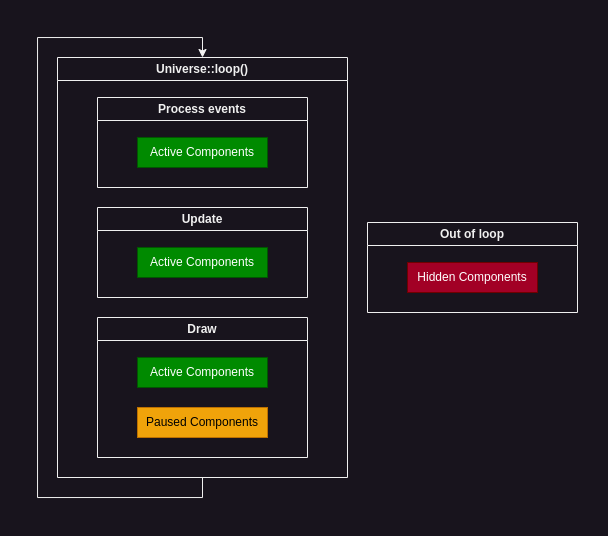
This is notes/ComponentState.drawio.png from codeandjoy/SGE, a draw.io export, as it was before one commit. Source tidied: cells renumbered, new cells last; positions are measured from the earlier drawing's top-left corner, leaving out a move shared by most shapes.
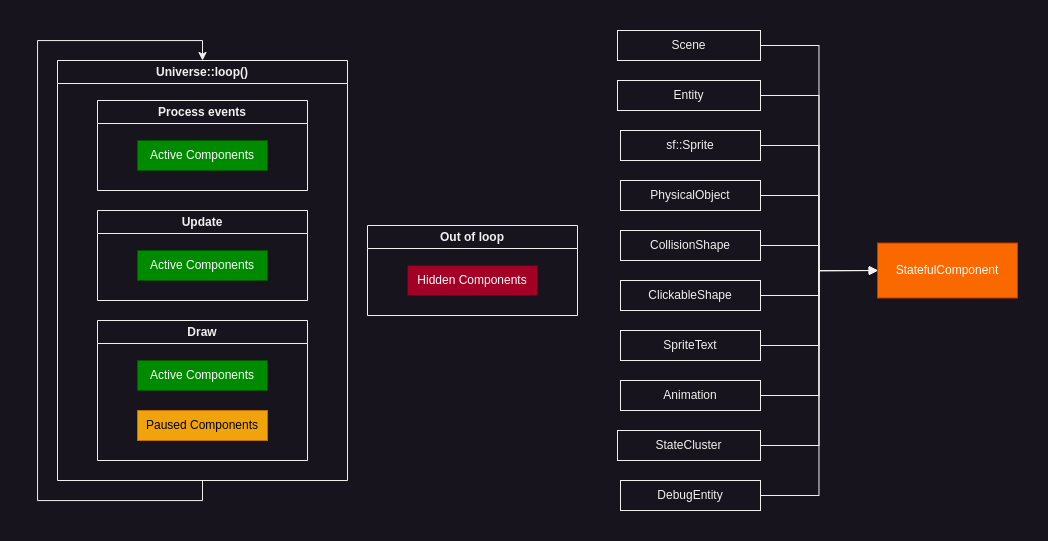
The same file after the commit.

What changed in the source:
```diff
@@ -42,5 +42,68 @@
         </Array>
       </mxGeometry>
     </mxCell>
+    <mxCell id="13" style="edgeStyle=orthogonalEdgeStyle;rounded=0;jettySize=auto;html=1;exitX=1;exitY=0.5;exitDx=0;exitDy=0;entryX=0;entryY=0.5;entryDx=0;entryDy=0;endArrow=block;endFill=1;" parent="1" edge="1" source="14" target="33">
+      <mxGeometry relative="1" as="geometry" />
+    </mxCell>
+    <mxCell id="14" value="Scene" style="rounded=0;whiteSpace=wrap;html=1;" parent="1" vertex="1">
+      <mxGeometry x="580" y="-10" width="143" height="30" as="geometry" />
+    </mxCell>
+    <mxCell id="15" style="edgeStyle=orthogonalEdgeStyle;rounded=0;jettySize=auto;html=1;exitX=1;exitY=0.5;exitDx=0;exitDy=0;entryX=0;entryY=0.5;entryDx=0;entryDy=0;endArrow=block;endFill=1;" parent="1" edge="1" source="16" target="33">
+      <mxGeometry relative="1" as="geometry" />
+    </mxCell>
+    <mxCell id="16" value="Entity" style="rounded=0;whiteSpace=wrap;html=1;" parent="1" vertex="1">
+      <mxGeometry x="580" y="40" width="143" height="30" as="geometry" />
+    </mxCell>
+    <mxCell id="17" style="edgeStyle=orthogonalEdgeStyle;rounded=0;jettySize=auto;html=1;exitX=1;exitY=0.5;exitDx=0;exitDy=0;entryX=0;entryY=0.5;entryDx=0;entryDy=0;endArrow=block;endFill=1;" parent="1" edge="1" source="18" target="33">
+      <mxGeometry relative="1" as="geometry" />
+    </mxCell>
+    <mxCell id="18" value="sf::Sprite" style="rounded=0;whiteSpace=wrap;html=1;" parent="1" vertex="1">
+      <mxGeometry x="583" y="90" width="140" height="30" as="geometry" />
+    </mxCell>
+    <mxCell id="19" style="edgeStyle=orthogonalEdgeStyle;rounded=0;jettySize=auto;html=1;exitX=1;exitY=0.5;exitDx=0;exitDy=0;entryX=0;entryY=0.5;entryDx=0;entryDy=0;endArrow=block;endFill=1;" parent="1" edge="1" source="20" target="33">
+      <mxGeometry relative="1" as="geometry" />
+    </mxCell>
+    <mxCell id="20" value="PhysicalObject" style="rounded=0;whiteSpace=wrap;html=1;" parent="1" vertex="1">
+      <mxGeometry x="583" y="140" width="140" height="30" as="geometry" />
+    </mxCell>
+    <mxCell id="21" style="edgeStyle=orthogonalEdgeStyle;rounded=0;jettySize=auto;html=1;exitX=1;exitY=0.5;exitDx=0;exitDy=0;entryX=0;entryY=0.5;entryDx=0;entryDy=0;endArrow=block;endFill=1;" parent="1" edge="1" source="22" target="33">
+      <mxGeometry relative="1" as="geometry" />
+    </mxCell>
+    <mxCell id="22" value="CollisionShape" style="rounded=0;whiteSpace=wrap;html=1;" parent="1" vertex="1">
+      <mxGeometry x="583" y="190" width="140" height="30" as="geometry" />
+    </mxCell>
+    <mxCell id="23" style="edgeStyle=orthogonalEdgeStyle;rounded=0;jettySize=auto;html=1;exitX=1;exitY=0.5;exitDx=0;exitDy=0;entryX=0;entryY=0.5;entryDx=0;entryDy=0;endArrow=block;endFill=1;" parent="1" edge="1" source="24" target="33">
+      <mxGeometry relative="1" as="geometry" />
+    </mxCell>
+    <mxCell id="24" value="ClickableShape" style="rounded=0;whiteSpace=wrap;html=1;" parent="1" vertex="1">
+      <mxGeometry x="583" y="240" width="140" height="30" as="geometry" />
+    </mxCell>
+    <mxCell id="25" style="edgeStyle=orthogonalEdgeStyle;rounded=0;jettySize=auto;html=1;exitX=1;exitY=0.5;exitDx=0;exitDy=0;entryX=0;entryY=0.5;entryDx=0;entryDy=0;endArrow=block;endFill=1;" parent="1" edge="1" source="26" target="33">
+      <mxGeometry relative="1" as="geometry" />
+    </mxCell>
+    <mxCell id="26" value="SpriteText" style="rounded=0;whiteSpace=wrap;html=1;" parent="1" vertex="1">
+      <mxGeometry x="583" y="290" width="140" height="30" as="geometry" />
+    </mxCell>
+    <mxCell id="27" style="edgeStyle=orthogonalEdgeStyle;rounded=0;jettySize=auto;html=1;exitX=1;exitY=0.5;exitDx=0;exitDy=0;entryX=0;entryY=0.5;entryDx=0;entryDy=0;endArrow=block;endFill=1;" parent="1" edge="1" source="28" target="33">
+      <mxGeometry relative="1" as="geometry" />
+    </mxCell>
+    <mxCell id="28" value="Animation" style="rounded=0;whiteSpace=wrap;html=1;" parent="1" vertex="1">
+      <mxGeometry x="583" y="340" width="140" height="30" as="geometry" />
+    </mxCell>
+    <mxCell id="29" style="edgeStyle=orthogonalEdgeStyle;rounded=0;jettySize=auto;html=1;exitX=1;exitY=0.5;exitDx=0;exitDy=0;entryX=0;entryY=0.5;entryDx=0;entryDy=0;endArrow=block;endFill=1;" parent="1" edge="1" source="30" target="33">
+      <mxGeometry relative="1" as="geometry" />
+    </mxCell>
+    <mxCell id="30" value="StateCluster" style="rounded=0;whiteSpace=wrap;html=1;" parent="1" vertex="1">
+      <mxGeometry x="580" y="390" width="143" height="30" as="geometry" />
+    </mxCell>
+    <mxCell id="31" style="edgeStyle=orthogonalEdgeStyle;rounded=0;jettySize=auto;html=1;exitX=1;exitY=0.5;exitDx=0;exitDy=0;entryX=0;entryY=0.5;entryDx=0;entryDy=0;endArrow=block;endFill=1;" parent="1" edge="1" source="32" target="33">
+      <mxGeometry relative="1" as="geometry" />
+    </mxCell>
+    <mxCell id="32" value="DebugEntity" style="rounded=0;whiteSpace=wrap;html=1;" parent="1" vertex="1">
+      <mxGeometry x="583" y="440" width="140" height="30" as="geometry" />
+    </mxCell>
+    <mxCell id="33" value="&lt;font color=&quot;#ffffff&quot;&gt;StatefulComponent&lt;/font&gt;" style="rounded=0;whiteSpace=wrap;html=1;fillColor=#fa6800;fontColor=#000000;strokeColor=#C73500;" parent="1" vertex="1">
+      <mxGeometry x="840" y="202.5" width="140" height="55" as="geometry" />
+    </mxCell>
   </root>
 </mxGraphModel>
```
